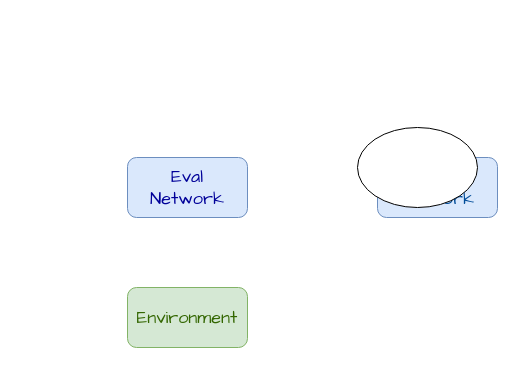
Above: Untitled Diagram.drawio in cola1998/CSDN- (draw.io), before the change. Source tidied: cells renumbered, new cells numbered last; positions are measured from the earlier drawing's top-left corner, leaving out a move shared by most shapes. Both pictures are drawn from the tidied source at 100%, with x=0, y=0 at pixel (127, 127).
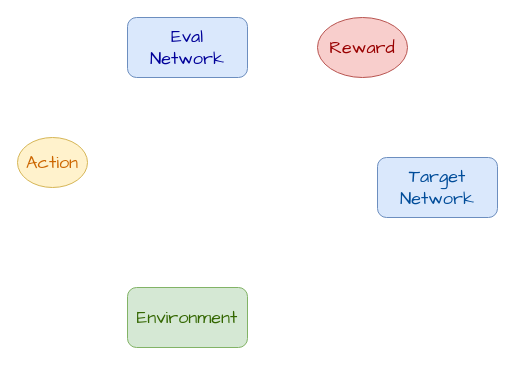
Above is the later version.

Diff of the diagram source:
```diff
@@
 <mxGraphModel>
   <root>
     <mxCell id="0" />
     <mxCell id="1" parent="0" />
     <mxCell id="2" value="&lt;font color=&quot;#336600&quot; face=&quot;Comic Sans MS&quot; style=&quot;font-size: 18px&quot;&gt;Environment&lt;/font&gt;" style="rounded=1;whiteSpace=wrap;html=1;fillColor=#d5e8d4;strokeColor=#82b366;" parent="1" vertex="1">
       <mxGeometry y="160" width="120" height="60" as="geometry" />
     </mxCell>
     <mxCell id="3" value="&lt;div&gt;&lt;font color=&quot;#000099&quot; face=&quot;Comic Sans MS&quot; style=&quot;font-size: 18px&quot;&gt;Eval&lt;/font&gt;&lt;/div&gt;&lt;div&gt;&lt;font color=&quot;#000099&quot; face=&quot;Comic Sans MS&quot; style=&quot;font-size: 18px&quot;&gt;Network&lt;/font&gt;&lt;/div&gt;" style="rounded=1;whiteSpace=wrap;html=1;fillColor=#dae8fc;strokeColor=#6c8ebf;" parent="1" vertex="1">
-      <mxGeometry y="30" width="120" height="60" as="geometry" />
+      <mxGeometry y="-110" width="120" height="60" as="geometry" />
     </mxCell>
     <mxCell id="4" value="&lt;font color=&quot;#004c99&quot; face=&quot;Comic Sans MS&quot; style=&quot;font-size: 18px&quot;&gt;Target Network&lt;/font&gt;" style="rounded=1;whiteSpace=wrap;html=1;fillColor=#dae8fc;strokeColor=#6c8ebf;" parent="1" vertex="1">
       <mxGeometry x="250" y="30" width="120" height="60" as="geometry" />
     </mxCell>
-    <mxCell id="5" style="ellipse;whiteSpace=wrap;html=1;fontFamily=Comic Sans MS;fontSize=18;fontColor=#004C99;" parent="1" vertex="1">
-      <mxGeometry x="230" width="120" height="80" as="geometry" />
+    <mxCell id="5" value="&lt;font color=&quot;#cc6600&quot;&gt;Action&lt;/font&gt;" style="ellipse;whiteSpace=wrap;html=1;fontFamily=Comic Sans MS;fontSize=18;fillColor=#fff2cc;strokeColor=#d6b656;" parent="1" vertex="1">
+      <mxGeometry x="-110" y="10" width="70" height="50" as="geometry" />
     </mxCell>
+    <mxCell id="6" value="&lt;font color=&quot;#990000&quot; face=&quot;Comic Sans MS&quot; style=&quot;font-size: 18px&quot;&gt;Reward&lt;/font&gt;" style="ellipse;whiteSpace=wrap;html=1;fillColor=#f8cecc;strokeColor=#b85450;" parent="1" vertex="1">
+      <mxGeometry x="190" y="-110" width="90" height="60" as="geometry" />
+    </mxCell>
   </root>
 </mxGraphModel>
```
